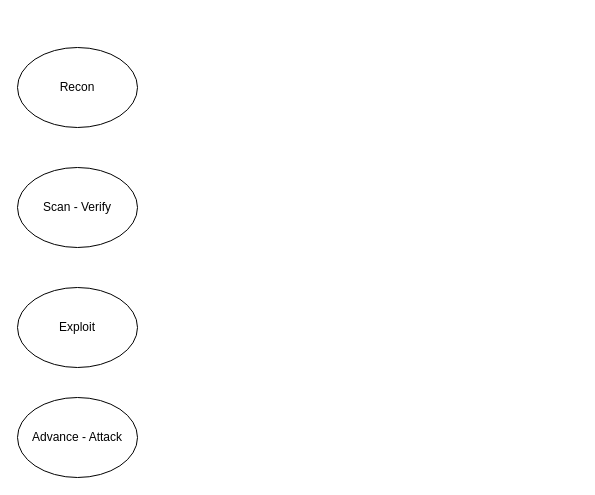
Above: Python/Sơ đồ chức năng.drawio in TranKuBao/Try_hard_Code (draw.io), before the change. Source tidied: cells renumbered, new cells numbered last; positions are measured from the earlier drawing's top-left corner, leaving out a move shared by most shapes. Both pictures are drawn from the tidied source at 100%, with x=0, y=0 at pixel (17, 47).
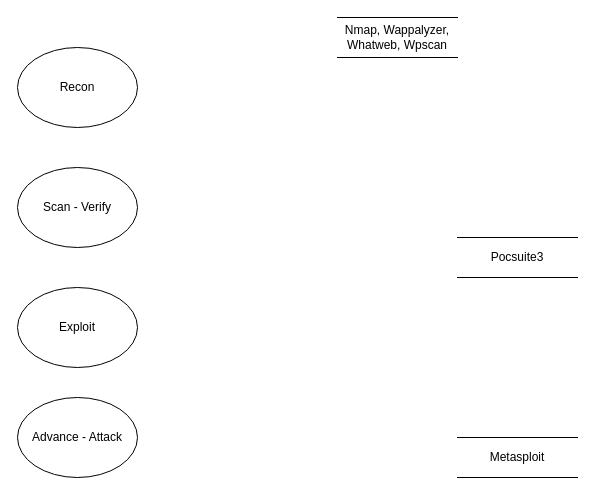
After the change.

Change to the diagram source:
```diff
@@
 <mxGraphModel>
   <root>
     <mxCell id="0" />
     <mxCell id="1" parent="0" />
     <mxCell id="2" value="Recon" style="ellipse;whiteSpace=wrap;html=1;" parent="1" vertex="1">
       <mxGeometry width="120" height="80" as="geometry" />
     </mxCell>
     <mxCell id="3" value="Scan - Verify" style="ellipse;whiteSpace=wrap;html=1;" parent="1" vertex="1">
       <mxGeometry y="120" width="120" height="80" as="geometry" />
     </mxCell>
     <mxCell id="4" value="Exploit" style="ellipse;whiteSpace=wrap;html=1;" parent="1" vertex="1">
       <mxGeometry y="240" width="120" height="80" as="geometry" />
     </mxCell>
     <mxCell id="5" value="Advance - Attack" style="ellipse;whiteSpace=wrap;html=1;" parent="1" vertex="1">
       <mxGeometry y="350" width="120" height="80" as="geometry" />
     </mxCell>
+    <mxCell id="6" value="Nmap, Wappalyzer,&lt;div&gt;Whatweb, Wpscan&lt;/div&gt;" style="shape=partialRectangle;whiteSpace=wrap;html=1;left=0;right=0;fillColor=none;" parent="1" vertex="1">
+      <mxGeometry x="320" y="-30" width="120" height="40" as="geometry" />
+    </mxCell>
+    <mxCell id="7" value="Pocsuite3" style="shape=partialRectangle;whiteSpace=wrap;html=1;left=0;right=0;fillColor=none;" parent="1" vertex="1">
+      <mxGeometry x="440" y="190" width="120" height="40" as="geometry" />
+    </mxCell>
+    <mxCell id="8" value="Metasploit" style="shape=partialRectangle;whiteSpace=wrap;html=1;left=0;right=0;fillColor=none;" parent="1" vertex="1">
+      <mxGeometry x="440" y="390" width="120" height="40" as="geometry" />
+    </mxCell>
   </root>
 </mxGraphModel>
```
